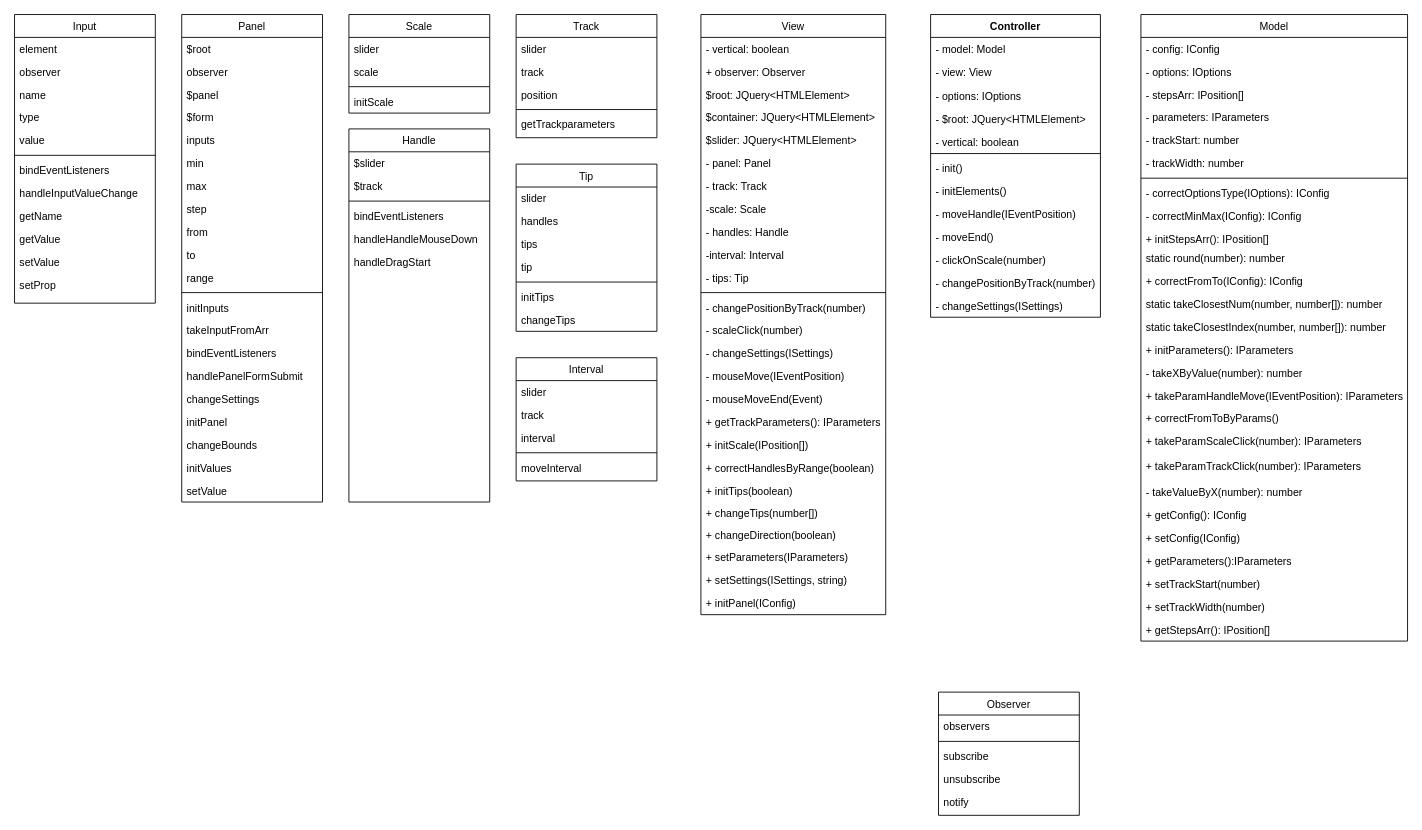
The draw.io diagram UntitledDiagram.drawio in galiaMuslimova/Slider, before the edit. Source tidied: cells renumbered, new cells numbered last; positions are measured from the earlier drawing's top-left corner, leaving out a move shared by most shapes. Both pictures are drawn from the tidied source at 88%, with x=0, y=0 at pixel (14, 14).
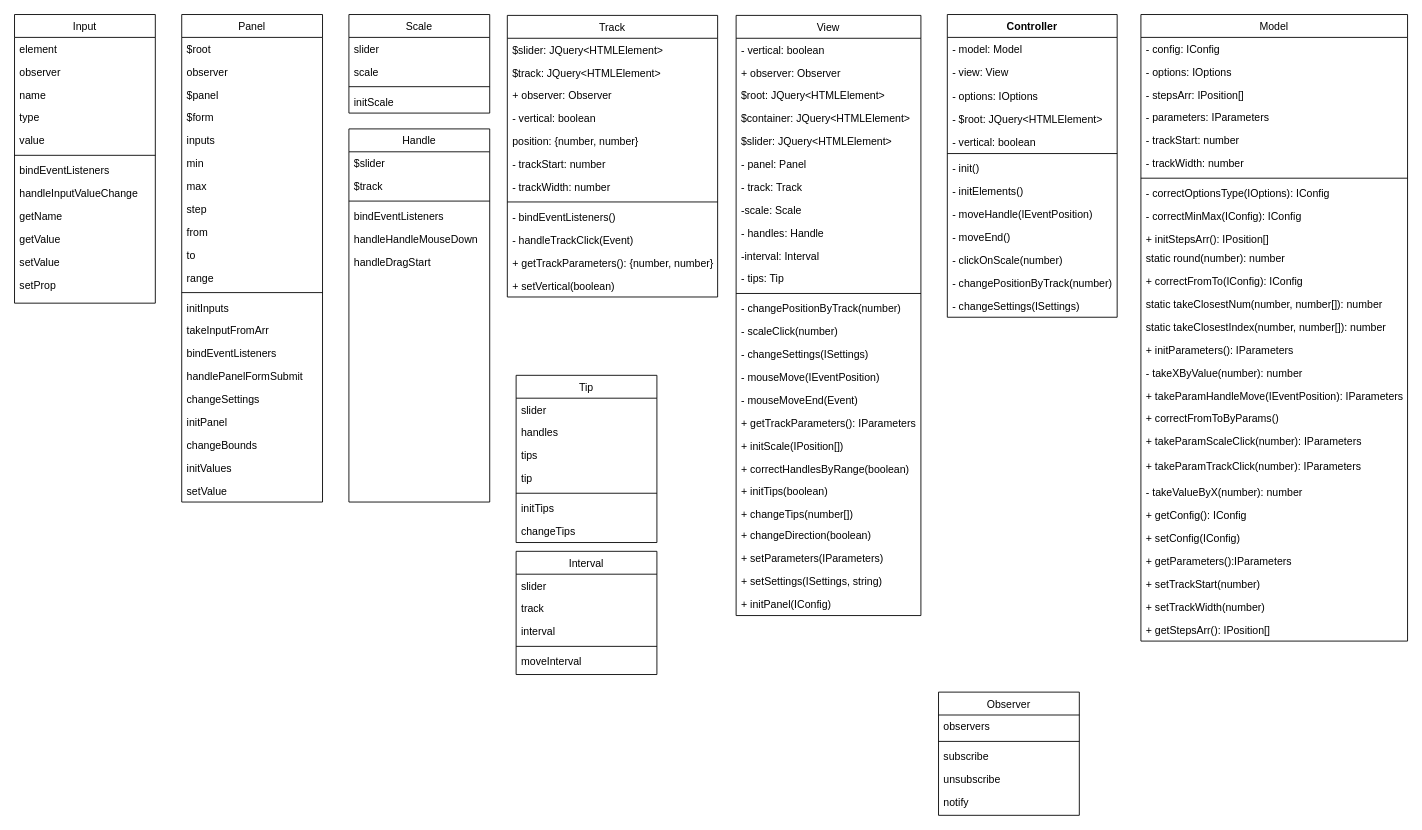
The same diagram, later.

Diff of the diagram source:
```diff
@@
     <mxCell id="2" value="View" style="swimlane;fontStyle=0;align=center;verticalAlign=top;horizontal=1;startSize=26;rounded=0;shadow=0;strokeWidth=1;" parent="1" vertex="1">
-      <mxGeometry x="780" width="210" height="682" as="geometry" />
+      <mxGeometry x="820" y="1" width="210" height="682" as="geometry" />
     </mxCell>
@@
     <mxCell id="63" value="Track" style="swimlane;fontStyle=0;align=center;verticalAlign=top;horizontal=1;startSize=26;rounded=0;shadow=0;strokeWidth=1;" parent="1" vertex="1">
-      <mxGeometry x="570" width="160" height="140" as="geometry" />
+      <mxGeometry x="560" y="1" width="239" height="320" as="geometry" />
     </mxCell>
-    <mxCell id="64" value="slider" style="text;align=left;verticalAlign=top;spacingLeft=4;spacingRight=4;overflow=hidden;" parent="63" vertex="1">
-      <mxGeometry y="26" width="160" height="26" as="geometry" />
+    <mxCell id="64" value="$slider: JQuery&lt;HTMLElement&gt;" style="text;align=left;verticalAlign=top;spacingLeft=4;spacingRight=4;overflow=hidden;" parent="63" vertex="1">
+      <mxGeometry y="26" width="239" height="26" as="geometry" />
     </mxCell>
-    <mxCell id="65" value="track" style="text;align=left;verticalAlign=top;spacingLeft=4;spacingRight=4;overflow=hidden;" parent="63" vertex="1">
-      <mxGeometry y="52" width="160" height="26" as="geometry" />
+    <mxCell id="65" value="$track: JQuery&lt;HTMLElement&gt;" style="text;align=left;verticalAlign=top;spacingLeft=4;spacingRight=4;overflow=hidden;" parent="63" vertex="1">
+      <mxGeometry y="52" width="239" height="26" as="geometry" />
     </mxCell>
-    <mxCell id="66" value="position" style="text;align=left;verticalAlign=top;spacingLeft=4;spacingRight=4;overflow=hidden;" parent="63" vertex="1">
-      <mxGeometry y="78" width="160" height="26" as="geometry" />
+    <mxCell id="66" value="+ observer: Observer" style="text;align=left;verticalAlign=top;spacingLeft=4;spacingRight=4;overflow=hidden;" parent="63" vertex="1">
+      <mxGeometry y="78" width="239" height="26" as="geometry" />
     </mxCell>
+    <mxCell id="144" value="- vertical: boolean" style="text;align=left;verticalAlign=top;spacingLeft=4;spacingRight=4;overflow=hidden;" parent="63" vertex="1">
+      <mxGeometry y="104" width="239" height="26" as="geometry" />
+    </mxCell>
+    <mxCell id="145" value="position: {number, number}" style="text;align=left;verticalAlign=top;spacingLeft=4;spacingRight=4;overflow=hidden;" parent="63" vertex="1">
+      <mxGeometry y="130" width="239" height="26" as="geometry" />
+    </mxCell>
+    <mxCell id="146" value="- trackStart: number" style="text;align=left;verticalAlign=top;spacingLeft=4;spacingRight=4;overflow=hidden;" parent="63" vertex="1">
+      <mxGeometry y="156" width="239" height="26" as="geometry" />
+    </mxCell>
+    <mxCell id="147" value="- trackWidth: number" style="text;align=left;verticalAlign=top;spacingLeft=4;spacingRight=4;overflow=hidden;" parent="63" vertex="1">
+      <mxGeometry y="182" width="239" height="26" as="geometry" />
+    </mxCell>
     <mxCell id="67" style="line;html=1;strokeWidth=1;align=left;verticalAlign=middle;spacingTop=-1;spacingLeft=3;spacingRight=3;labelPosition=right;" parent="63" vertex="1">
-      <mxGeometry y="104" width="160" height="8" as="geometry" />
+      <mxGeometry y="208" width="239" height="8" as="geometry" />
     </mxCell>
-    <mxCell id="68" value="getTrackparameters" style="text;align=left;verticalAlign=top;spacingLeft=4;spacingRight=4;overflow=hidden;rounded=0;shadow=0;html=0;" parent="63" vertex="1">
-      <mxGeometry y="112" width="160" height="26" as="geometry" />
+    <mxCell id="68" value="- bindEventListeners()" style="text;align=left;verticalAlign=top;spacingLeft=4;spacingRight=4;overflow=hidden;rounded=0;shadow=0;html=0;" parent="63" vertex="1">
+      <mxGeometry y="216" width="239" height="26" as="geometry" />
     </mxCell>
+    <mxCell id="148" value="- handleTrackClick(Event)" style="text;align=left;verticalAlign=top;spacingLeft=4;spacingRight=4;overflow=hidden;rounded=0;shadow=0;html=0;" parent="63" vertex="1">
+      <mxGeometry y="242" width="239" height="26" as="geometry" />
+    </mxCell>
+    <mxCell id="149" value="+ getTrackParameters(): {number, number}" style="text;align=left;verticalAlign=top;spacingLeft=4;spacingRight=4;overflow=hidden;rounded=0;shadow=0;html=0;" parent="63" vertex="1">
+      <mxGeometry y="268" width="239" height="26" as="geometry" />
+    </mxCell>
+    <mxCell id="150" value="+ setVertical(boolean)" style="text;align=left;verticalAlign=top;spacingLeft=4;spacingRight=4;overflow=hidden;rounded=0;shadow=0;html=0;" parent="63" vertex="1">
+      <mxGeometry y="294" width="239" height="26" as="geometry" />
+    </mxCell>
@@
     <mxCell id="81" value="Tip" style="swimlane;fontStyle=0;align=center;verticalAlign=top;horizontal=1;startSize=26;rounded=0;shadow=0;strokeWidth=1;" parent="1" vertex="1">
-      <mxGeometry x="570" y="170" width="160" height="190" as="geometry" />
+      <mxGeometry x="570" y="410" width="160" height="190" as="geometry" />
     </mxCell>
@@
     <mxCell id="89" value="Interval" style="swimlane;fontStyle=0;align=center;verticalAlign=top;horizontal=1;startSize=26;rounded=0;shadow=0;strokeWidth=1;" parent="1" vertex="1">
-      <mxGeometry x="570" y="390" width="160" height="140" as="geometry" />
+      <mxGeometry x="570" y="610" width="160" height="140" as="geometry" />
     </mxCell>
@@
     <mxCell id="130" value="Controller" style="swimlane;fontStyle=1;align=center;verticalAlign=top;horizontal=1;startSize=26;" parent="1" vertex="1">
-      <mxGeometry x="1041" width="193" height="344" as="geometry" />
+      <mxGeometry x="1060" width="193" height="344" as="geometry" />
     </mxCell>
```
